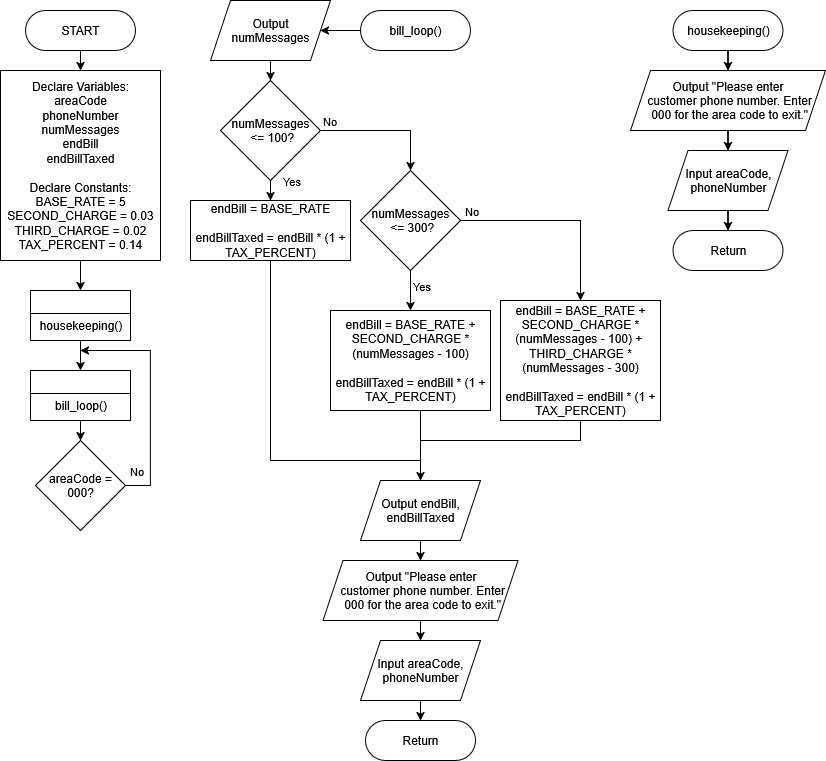
Above: Module 6 - Exercise 1 - Connor Bowles.drawio.png in CBowles10/SDEV_120_FALL2025_CBOWLES (draw.io), before the change. Source tidied: cells renumbered, new cells last; positions are measured from the earlier drawing's top-left corner, leaving out a move shared by most shapes.
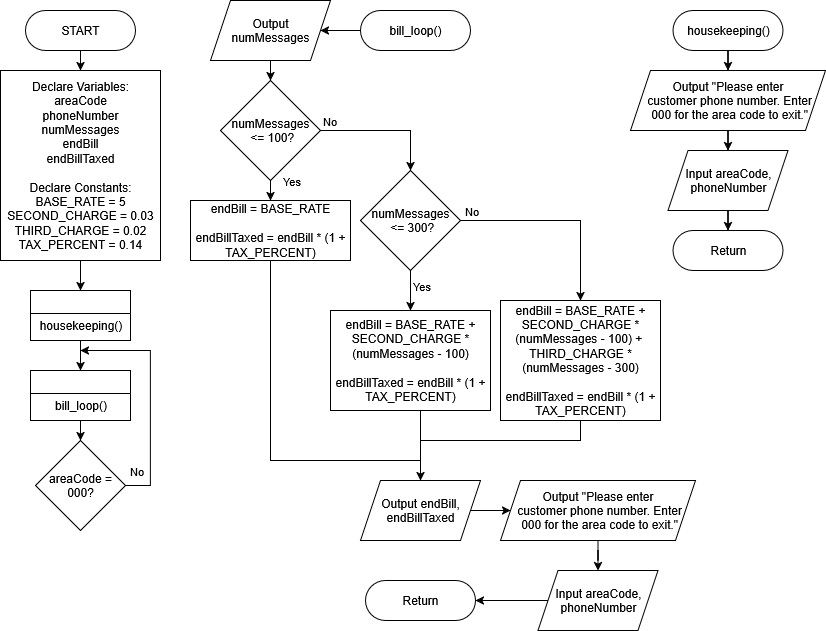
After the commit.

What changed in the source:
```diff
@@ -143,7 +143,7 @@
     <mxCell id="39" value="endBill = BASE_RATE + SECOND_CHARGE * (numMessages - 100)&lt;br&gt;&lt;br&gt;endBillTaxed = endBill * (1 + TAX_PERCENT)" style="rounded=0;whiteSpace=wrap;html=1;" parent="1" vertex="1">
       <mxGeometry x="330" y="310" width="160" height="100" as="geometry" />
     </mxCell>
-    <mxCell id="40" style="edgeStyle=orthogonalEdgeStyle;rounded=0;jettySize=auto;html=1;exitX=0.5;exitY=1;exitDx=0;exitDy=0;entryX=0.5;entryY=0;entryDx=0;entryDy=0;" parent="1" edge="1" source="41" target="43">
+    <mxCell id="40" style="edgeStyle=orthogonalEdgeStyle;rounded=0;jettySize=auto;html=1;" parent="1" edge="1" source="41" target="43">
       <mxGeometry relative="1" as="geometry" />
     </mxCell>
     <mxCell id="41" value="Output endBill,&lt;br&gt;endBillTaxed" style="shape=parallelogram;perimeter=parallelogramPerimeter;whiteSpace=wrap;html=1;fixedSize=1;" parent="1" vertex="1">
@@ -153,13 +153,13 @@
       <mxGeometry relative="1" as="geometry" />
     </mxCell>
     <mxCell id="43" value="Output &quot;Please enter&lt;br&gt;&amp;nbsp;customer phone number. Enter&lt;br&gt;&amp;nbsp;000 for the area code to exit.&quot;" style="shape=parallelogram;perimeter=parallelogramPerimeter;whiteSpace=wrap;html=1;fixedSize=1;" parent="1" vertex="1">
-      <mxGeometry x="322.5" y="560" width="195" height="60" as="geometry" />
+      <mxGeometry x="500" y="480" width="195" height="60" as="geometry" />
     </mxCell>
     <mxCell id="44" style="edgeStyle=orthogonalEdgeStyle;rounded=0;jettySize=auto;html=1;" parent="1" edge="1" source="45" target="48">
       <mxGeometry relative="1" as="geometry" />
     </mxCell>
     <mxCell id="45" value="Input areaCode, phoneNumber" style="shape=parallelogram;perimeter=parallelogramPerimeter;whiteSpace=wrap;html=1;fixedSize=1;" parent="1" vertex="1">
-      <mxGeometry x="360" y="640" width="120" height="60" as="geometry" />
+      <mxGeometry x="537.5" y="570" width="120" height="60" as="geometry" />
     </mxCell>
     <mxCell id="46" style="edgeStyle=orthogonalEdgeStyle;rounded=0;jettySize=auto;html=1;" parent="1" edge="1" source="47" target="26">
       <mxGeometry relative="1" as="geometry" />
@@ -168,7 +168,7 @@
       <mxGeometry x="210" width="120" height="60" as="geometry" />
     </mxCell>
     <mxCell id="48" value="Return" style="rounded=1;whiteSpace=wrap;html=1;arcSize=50;" parent="1" vertex="1">
-      <mxGeometry x="365" y="720" width="110" height="40" as="geometry" />
+      <mxGeometry x="365" y="580" width="110" height="40" as="geometry" />
     </mxCell>
   </root>
 </mxGraphModel>
```
